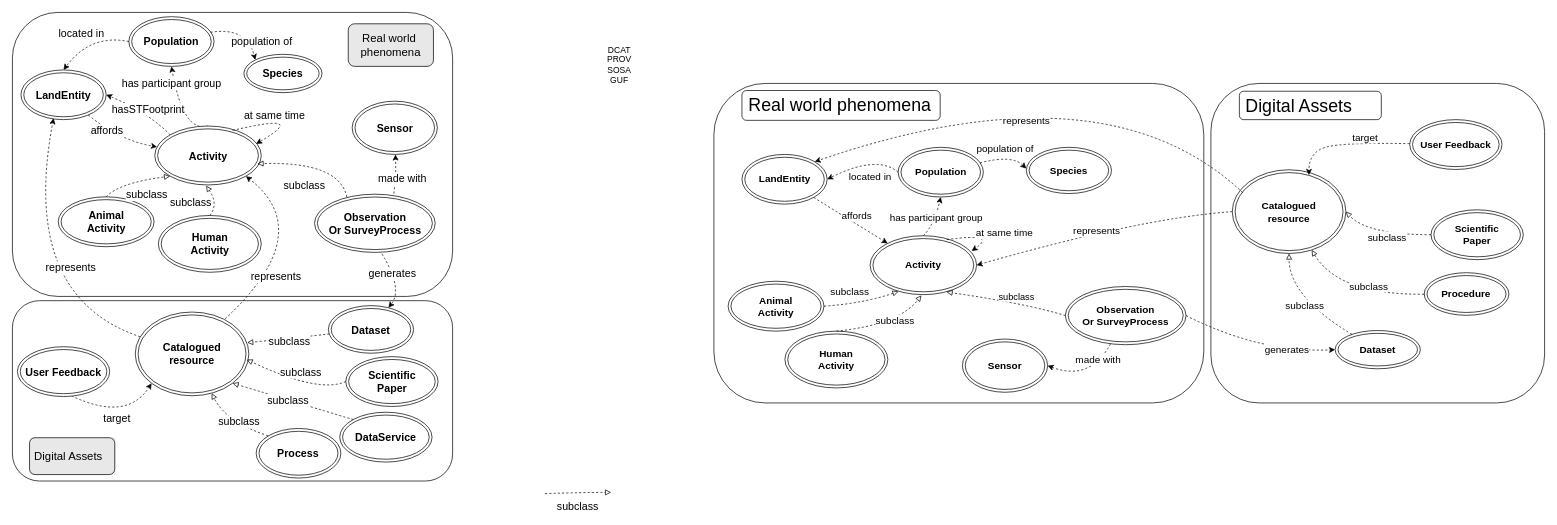
The draw.io diagram page "schemas article" (3 of 5) of docs/diagrams/model_KG.drawio in IntForOut/outdoorPressure, before the edit. Source tidied: cells renumbered, new cells numbered last; positions are measured from the earlier drawing's top-left corner, leaving out a move shared by most shapes. Both pictures are drawn from the tidied source at 71%, with x=0, y=0 at pixel (12, 12).
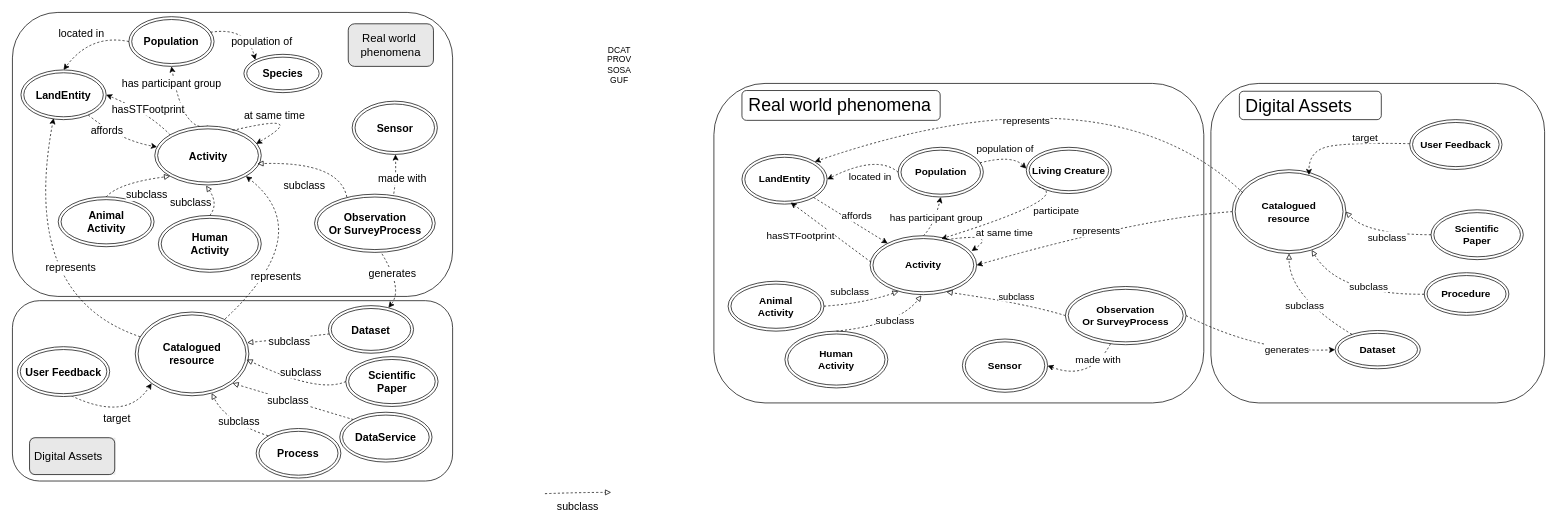
Above is the later version.

Unchanged cells that the change refers to:
```xml
<mxCell id="17" value="&lt;b&gt;LandEntity&lt;/b&gt;" style="ellipse;shape=doubleEllipse;whiteSpace=wrap;html=1;fontSize=14;" parent="1" vertex="1">
  <mxGeometry x="1027.5" y="200" width="120" height="70" as="geometry" />
</mxCell>
<mxCell id="20" value="&lt;b&gt;Activity&lt;/b&gt;" style="ellipse;shape=doubleEllipse;whiteSpace=wrap;html=1;fontSize=14;" parent="1" vertex="1">
  <mxGeometry x="1208" y="314.5" width="150" height="83" as="geometry" />
</mxCell>
```

Diff of the diagram source:
```diff
@@
-    <mxCell id="25" value="&lt;b&gt;Species&lt;/b&gt;" style="ellipse;shape=doubleEllipse;whiteSpace=wrap;html=1;fontSize=14;" parent="1" vertex="1">
+    <mxCell id="25" value="&lt;b&gt;Living Creature&lt;/b&gt;" style="ellipse;shape=doubleEllipse;whiteSpace=wrap;html=1;fontSize=14;" parent="1" vertex="1">
       <mxGeometry x="1428" y="190" width="120" height="65.1" as="geometry" />
     </mxCell>
@@
+    <mxCell id="116" style="edgeStyle=none;html=1;rounded=0;curved=1;dashed=1;exitX=0;exitY=1;exitDx=0;exitDy=0;entryX=0.668;entryY=0.052;entryDx=0;entryDy=0;entryPerimeter=0;" parent="1" edge="1" source="25" target="20">
+      <mxGeometry relative="1" as="geometry">
+        <Array as="points">
+          <mxPoint x="1496" y="260" />
+        </Array>
+      </mxGeometry>
+    </mxCell>
+    <mxCell id="117" value="participate" style="edgeLabel;html=1;align=center;verticalAlign=middle;fontSize=14;" parent="116" vertex="1">
+      <mxGeometry x="0.04" y="11" relative="1" as="geometry">
+        <mxPoint x="44" y="-15" as="offset" />
+      </mxGeometry>
+    </mxCell>
+    <mxCell id="118" style="endArrow=classic;html=1;rounded=0;dashed=1;exitX=0.007;exitY=0.447;exitDx=0;exitDy=0;exitPerimeter=0;entryX=0.572;entryY=0.966;entryDx=0;entryDy=0;entryPerimeter=0;" parent="1" edge="1" source="20" target="17">
+      <mxGeometry relative="1" as="geometry" />
+    </mxCell>
+    <mxCell id="119" value="hasSTFootprint" style="edgeLabel;html=1;align=center;verticalAlign=middle;fontSize=14;" parent="118" vertex="1">
+      <mxGeometry x="0.58" relative="1" as="geometry">
+        <mxPoint x="-10" y="29" as="offset" />
+      </mxGeometry>
+    </mxCell>
```
